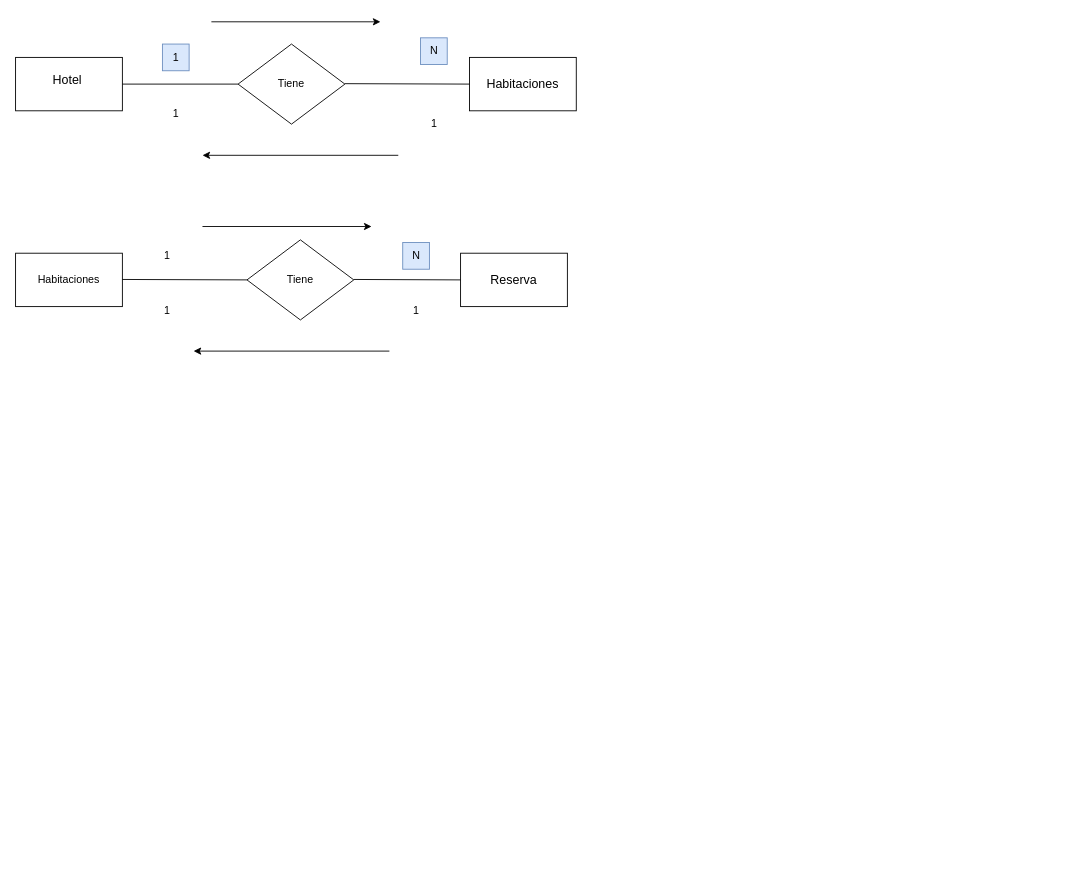
Before: page "Relaciones" (2 of 2) of hotel.drawio in Luuuciaa/Hotel-San-Remo, a draw.io diagram. Source tidied: cells renumbered, new cells numbered last; positions are measured from the earlier drawing's top-left corner, leaving out a move shared by most shapes. Both pictures are drawn from the tidied source at 89%, with x=0, y=0 at pixel (15, 21).
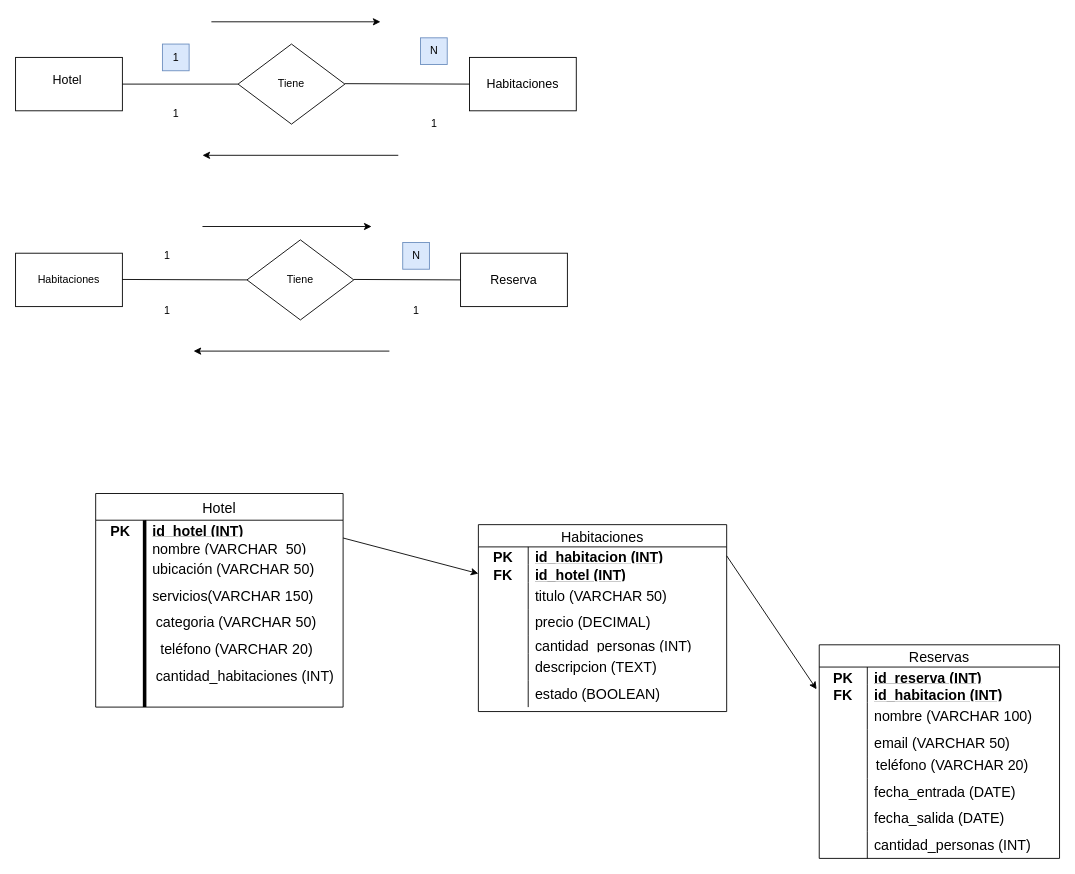
The same diagram, later.

Change to the diagram source:
```diff
@@
+    <mxCell id="25" value="Hotel" style="shape=table;startSize=30;childLayout=tableLayout;rowLines=0;fontStyle=0;strokeColor=default;fontSize=16;" parent="1" vertex="1">
+      <mxGeometry x="90" y="530" width="278" height="240" as="geometry" />
+    </mxCell>
+    <mxCell id="26" style="shape=tableRow;horizontal=0;startSize=0;swimlaneHead=0;swimlaneBody=0;top=0;left=0;bottom=0;right=0;fillColor=none;strokeColor=inherit;fontSize=16;" parent="25" vertex="1">
+      <mxGeometry y="30" width="278" height="20" as="geometry" />
+    </mxCell>
+    <mxCell id="27" value="&lt;b&gt;PK&lt;/b&gt;" style="shape=partialRectangle;html=1;whiteSpace=wrap;fillColor=none;top=0;left=0;bottom=0;right=0;overflow=hidden;strokeColor=inherit;fontSize=16;" parent="26" vertex="1">
+      <mxGeometry width="56" height="20" as="geometry" />
+    </mxCell>
+    <mxCell id="28" value="&lt;u&gt;&lt;b&gt;id_hotel (INT)&lt;/b&gt;&lt;/u&gt;" style="shape=partialRectangle;html=1;whiteSpace=wrap;fillColor=none;top=0;left=0;bottom=0;right=0;align=left;spacingLeft=6;overflow=hidden;strokeColor=inherit;fontSize=16;" parent="26" vertex="1">
+      <mxGeometry x="56" width="222" height="20" as="geometry" />
+    </mxCell>
+    <mxCell id="29" style="shape=tableRow;horizontal=0;startSize=0;swimlaneHead=0;swimlaneBody=0;top=0;left=0;bottom=0;right=0;fillColor=none;strokeColor=inherit;fontSize=16;" parent="25" vertex="1">
+      <mxGeometry y="50" width="278" height="20" as="geometry" />
+    </mxCell>
+    <mxCell id="30" style="shape=partialRectangle;html=1;whiteSpace=wrap;fillColor=none;top=0;left=0;bottom=0;right=0;overflow=hidden;strokeColor=inherit;fontSize=16;" parent="29" vertex="1">
+      <mxGeometry width="56" height="20" as="geometry" />
+    </mxCell>
+    <mxCell id="31" value="nombre (VARCHAR&amp;nbsp; 50)" style="shape=partialRectangle;html=1;whiteSpace=wrap;fillColor=none;top=0;left=0;bottom=0;right=0;align=left;spacingLeft=6;overflow=hidden;strokeColor=inherit;fontSize=16;" parent="29" vertex="1">
+      <mxGeometry x="56" width="222" height="20" as="geometry" />
+    </mxCell>
+    <mxCell id="32" style="shape=tableRow;horizontal=0;startSize=0;swimlaneHead=0;swimlaneBody=0;top=0;left=0;bottom=0;right=0;fillColor=none;strokeColor=inherit;fontSize=16;" parent="25" vertex="1">
+      <mxGeometry y="70" width="278" height="30" as="geometry" />
+    </mxCell>
+    <mxCell id="33" style="shape=partialRectangle;html=1;whiteSpace=wrap;fillColor=none;top=0;left=0;bottom=0;right=0;overflow=hidden;strokeColor=inherit;fontSize=16;" parent="32" vertex="1">
+      <mxGeometry width="56" height="30" as="geometry" />
+    </mxCell>
+    <mxCell id="34" value="ubicación (VARCHAR 50)" style="shape=partialRectangle;html=1;whiteSpace=wrap;fillColor=none;top=0;left=0;bottom=0;right=0;align=left;spacingLeft=6;overflow=hidden;strokeColor=inherit;fontSize=16;" parent="32" vertex="1">
+      <mxGeometry x="56" width="222" height="30" as="geometry" />
+    </mxCell>
+    <mxCell id="35" style="shape=tableRow;horizontal=0;startSize=0;swimlaneHead=0;swimlaneBody=0;top=0;left=0;bottom=0;right=0;fillColor=none;strokeColor=inherit;fontSize=16;" parent="25" vertex="1">
+      <mxGeometry y="100" width="278" height="30" as="geometry" />
+    </mxCell>
+    <mxCell id="36" style="shape=partialRectangle;html=1;whiteSpace=wrap;fillColor=none;top=0;left=0;bottom=0;right=0;overflow=hidden;strokeColor=inherit;fontSize=16;" parent="35" vertex="1">
+      <mxGeometry width="56" height="30" as="geometry" />
+    </mxCell>
+    <mxCell id="37" value="servicios(VARCHAR 150)" style="shape=partialRectangle;html=1;whiteSpace=wrap;fillColor=none;top=0;left=0;bottom=0;right=0;align=left;spacingLeft=6;overflow=hidden;strokeColor=inherit;fontSize=16;" parent="35" vertex="1">
+      <mxGeometry x="56" width="222" height="30" as="geometry" />
+    </mxCell>
+    <mxCell id="38" value="categoria (VARCHAR 50)" style="shape=partialRectangle;html=1;whiteSpace=wrap;fillColor=none;top=0;left=0;bottom=0;right=0;align=left;spacingLeft=6;overflow=hidden;strokeColor=inherit;fontSize=16;" parent="1" vertex="1">
+      <mxGeometry x="150" y="660" width="192" height="30" as="geometry" />
+    </mxCell>
+    <mxCell id="39" value="teléfono (VARCHAR 20)" style="shape=partialRectangle;html=1;whiteSpace=wrap;fillColor=none;top=0;left=0;bottom=0;right=0;align=left;spacingLeft=6;overflow=hidden;strokeColor=inherit;fontSize=16;" parent="1" vertex="1">
+      <mxGeometry x="155" y="690" width="192" height="30" as="geometry" />
+    </mxCell>
+    <mxCell id="40" value="cantidad_habitaciones (INT)" style="shape=partialRectangle;html=1;whiteSpace=wrap;fillColor=none;top=0;left=0;bottom=0;right=0;align=left;spacingLeft=6;overflow=hidden;strokeColor=inherit;fontSize=16;" parent="1" vertex="1">
+      <mxGeometry x="150" y="720" width="230" height="30" as="geometry" />
+    </mxCell>
+    <mxCell id="41" style="line;strokeWidth=4;html=1;perimeter=backbonePerimeter;rotation=-90;" parent="1" vertex="1">
+      <mxGeometry x="40" y="660" width="210" height="10" as="geometry" />
+    </mxCell>
+    <mxCell id="42" style="endArrow=classic;html=1;entryX=0;entryY=0.5;entryDx=0;entryDy=0;" parent="1" edge="1" target="47">
+      <mxGeometry relative="1" as="geometry">
+        <mxPoint x="368" y="580" as="sourcePoint" />
+      </mxGeometry>
+    </mxCell>
+    <mxCell id="43" value="Habitaciones" style="shape=table;startSize=25;childLayout=tableLayout;rowLines=0;fontStyle=0;strokeColor=default;fontSize=16;" parent="1" vertex="1">
+      <mxGeometry x="520" y="565" width="279" height="210" as="geometry" />
+    </mxCell>
+    <mxCell id="44" style="shape=tableRow;horizontal=0;startSize=0;swimlaneHead=0;swimlaneBody=0;top=0;left=0;bottom=0;right=0;fillColor=none;points=[[0,0.5],[1,0.5]];portConstraint=eastwest;strokeColor=inherit;fontSize=16;" parent="43" vertex="1">
+      <mxGeometry y="25" width="279" height="20" as="geometry" />
+    </mxCell>
+    <mxCell id="45" value="&lt;b&gt;PK&lt;/b&gt;" style="shape=partialRectangle;html=1;whiteSpace=wrap;fillColor=none;top=0;left=0;bottom=0;right=0;overflow=hidden;strokeColor=inherit;fontSize=16;" parent="44" vertex="1">
+      <mxGeometry width="56" height="20" as="geometry" />
+    </mxCell>
+    <mxCell id="46" value="&lt;u&gt;&lt;b&gt;id_habitacion (INT)&lt;/b&gt;&lt;/u&gt;" style="shape=partialRectangle;html=1;whiteSpace=wrap;fillColor=none;top=0;left=0;bottom=0;right=0;align=left;spacingLeft=6;overflow=hidden;strokeColor=inherit;fontSize=16;" parent="44" vertex="1">
+      <mxGeometry x="56" width="223" height="20" as="geometry" />
+    </mxCell>
+    <mxCell id="47" style="shape=tableRow;horizontal=0;startSize=0;swimlaneHead=0;swimlaneBody=0;top=0;left=0;bottom=0;right=0;fillColor=none;points=[[0,0.5],[1,0.5]];portConstraint=eastwest;strokeColor=inherit;fontSize=16;" parent="43" vertex="1">
+      <mxGeometry y="45" width="279" height="20" as="geometry" />
+    </mxCell>
+    <mxCell id="48" value="&lt;b&gt;FK&lt;/b&gt;" style="shape=partialRectangle;html=1;whiteSpace=wrap;fillColor=none;top=0;left=0;bottom=0;right=0;overflow=hidden;strokeColor=inherit;fontSize=16;" parent="47" vertex="1">
+      <mxGeometry width="56" height="20" as="geometry" />
+    </mxCell>
+    <mxCell id="49" value="&lt;b&gt;&lt;u&gt;id_hotel (INT)&lt;/u&gt;&lt;/b&gt;" style="shape=partialRectangle;html=1;whiteSpace=wrap;fillColor=none;top=0;left=0;bottom=0;right=0;align=left;spacingLeft=6;overflow=hidden;strokeColor=inherit;fontSize=16;" parent="47" vertex="1">
+      <mxGeometry x="56" width="223" height="20" as="geometry" />
+    </mxCell>
+    <mxCell id="50" style="shape=tableRow;horizontal=0;startSize=0;swimlaneHead=0;swimlaneBody=0;top=0;left=0;bottom=0;right=0;fillColor=none;strokeColor=inherit;fontSize=16;" parent="43" vertex="1">
+      <mxGeometry y="65" width="279" height="30" as="geometry" />
+    </mxCell>
+    <mxCell id="51" style="shape=partialRectangle;html=1;whiteSpace=wrap;fillColor=none;top=0;left=0;bottom=0;right=0;overflow=hidden;strokeColor=inherit;fontSize=16;" parent="50" vertex="1">
+      <mxGeometry width="56" height="30" as="geometry" />
+    </mxCell>
+    <mxCell id="52" value="titulo (VARCHAR 50)" style="shape=partialRectangle;html=1;whiteSpace=wrap;fillColor=none;top=0;left=0;bottom=0;right=0;align=left;spacingLeft=6;overflow=hidden;strokeColor=inherit;fontSize=16;" parent="50" vertex="1">
+      <mxGeometry x="56" width="223" height="30" as="geometry" />
+    </mxCell>
+    <mxCell id="53" style="shape=tableRow;horizontal=0;startSize=0;swimlaneHead=0;swimlaneBody=0;top=0;left=0;bottom=0;right=0;fillColor=none;strokeColor=inherit;fontSize=16;" parent="43" vertex="1">
+      <mxGeometry y="95" width="279" height="30" as="geometry" />
+    </mxCell>
+    <mxCell id="54" style="shape=partialRectangle;html=1;whiteSpace=wrap;fillColor=none;top=0;left=0;bottom=0;right=0;overflow=hidden;strokeColor=inherit;fontSize=16;" parent="53" vertex="1">
+      <mxGeometry width="56" height="30" as="geometry" />
+    </mxCell>
+    <mxCell id="55" value="precio (DECIMAL)" style="shape=partialRectangle;html=1;whiteSpace=wrap;fillColor=none;top=0;left=0;bottom=0;right=0;align=left;spacingLeft=6;overflow=hidden;strokeColor=inherit;fontSize=16;" parent="53" vertex="1">
+      <mxGeometry x="56" width="223" height="30" as="geometry" />
+    </mxCell>
+    <mxCell id="56" style="shape=tableRow;horizontal=0;startSize=0;swimlaneHead=0;swimlaneBody=0;top=0;left=0;bottom=0;right=0;fillColor=none;strokeColor=inherit;fontSize=16;" parent="43" vertex="1">
+      <mxGeometry y="125" width="279" height="20" as="geometry" />
+    </mxCell>
+    <mxCell id="57" style="shape=partialRectangle;html=1;whiteSpace=wrap;fillColor=none;top=0;left=0;bottom=0;right=0;overflow=hidden;strokeColor=inherit;fontSize=16;" parent="56" vertex="1">
+      <mxGeometry width="56" height="20" as="geometry" />
+    </mxCell>
+    <mxCell id="58" value="cantidad_personas (INT)" style="shape=partialRectangle;html=1;whiteSpace=wrap;fillColor=none;top=0;left=0;bottom=0;right=0;align=left;spacingLeft=6;overflow=hidden;strokeColor=inherit;fontSize=16;" parent="56" vertex="1">
+      <mxGeometry x="56" width="223" height="20" as="geometry" />
+    </mxCell>
+    <mxCell id="59" style="shape=tableRow;horizontal=0;startSize=0;swimlaneHead=0;swimlaneBody=0;top=0;left=0;bottom=0;right=0;fillColor=none;strokeColor=inherit;fontSize=16;" parent="43" vertex="1">
+      <mxGeometry y="145" width="279" height="30" as="geometry" />
+    </mxCell>
+    <mxCell id="60" style="shape=partialRectangle;html=1;whiteSpace=wrap;fillColor=none;top=0;left=0;bottom=0;right=0;overflow=hidden;strokeColor=inherit;fontSize=16;" parent="59" vertex="1">
+      <mxGeometry width="56" height="30" as="geometry" />
+    </mxCell>
+    <mxCell id="61" value="descripcion (TEXT)" style="shape=partialRectangle;html=1;whiteSpace=wrap;fillColor=none;top=0;left=0;bottom=0;right=0;align=left;spacingLeft=6;overflow=hidden;strokeColor=inherit;fontSize=16;" parent="59" vertex="1">
+      <mxGeometry x="56" width="223" height="30" as="geometry" />
+    </mxCell>
+    <mxCell id="62" style="shape=tableRow;horizontal=0;startSize=0;swimlaneHead=0;swimlaneBody=0;top=0;left=0;bottom=0;right=0;fillColor=none;strokeColor=inherit;fontSize=16;" parent="43" vertex="1">
+      <mxGeometry y="175" width="279" height="30" as="geometry" />
+    </mxCell>
+    <mxCell id="63" style="shape=partialRectangle;html=1;whiteSpace=wrap;fillColor=none;top=0;left=0;bottom=0;right=0;overflow=hidden;strokeColor=inherit;fontSize=16;" parent="62" vertex="1">
+      <mxGeometry width="56" height="30" as="geometry" />
+    </mxCell>
+    <mxCell id="64" value="estado (BOOLEAN)" style="shape=partialRectangle;html=1;whiteSpace=wrap;fillColor=none;top=0;left=0;bottom=0;right=0;align=left;spacingLeft=6;overflow=hidden;strokeColor=inherit;fontSize=16;" parent="62" vertex="1">
+      <mxGeometry x="56" width="223" height="30" as="geometry" />
+    </mxCell>
+    <mxCell id="65" value="Reservas" style="shape=table;startSize=25;childLayout=tableLayout;rowLines=0;fontStyle=0;strokeColor=default;fontSize=16;" parent="1" vertex="1">
+      <mxGeometry x="903" y="700" width="270" height="240" as="geometry" />
+    </mxCell>
+    <mxCell id="66" style="shape=tableRow;horizontal=0;startSize=0;swimlaneHead=0;swimlaneBody=0;top=0;left=0;bottom=0;right=0;fillColor=none;strokeColor=inherit;fontSize=16;" parent="65" vertex="1">
+      <mxGeometry y="25" width="270" height="20" as="geometry" />
+    </mxCell>
+    <mxCell id="67" value="&lt;b&gt;PK&lt;/b&gt;" style="shape=partialRectangle;html=1;whiteSpace=wrap;fillColor=none;top=0;left=0;bottom=0;right=0;overflow=hidden;strokeColor=inherit;fontSize=16;" parent="66" vertex="1">
+      <mxGeometry width="54" height="20" as="geometry" />
+    </mxCell>
+    <mxCell id="68" value="&lt;b&gt;&lt;u&gt;id_reserva (INT)&lt;/u&gt;&lt;/b&gt;" style="shape=partialRectangle;html=1;whiteSpace=wrap;fillColor=none;top=0;left=0;bottom=0;right=0;align=left;spacingLeft=6;overflow=hidden;strokeColor=inherit;fontSize=16;" parent="66" vertex="1">
+      <mxGeometry x="54" width="216" height="20" as="geometry" />
+    </mxCell>
+    <mxCell id="69" style="shape=tableRow;horizontal=0;startSize=0;swimlaneHead=0;swimlaneBody=0;top=0;left=0;bottom=0;right=0;fillColor=none;strokeColor=inherit;fontSize=16;" parent="65" vertex="1">
+      <mxGeometry y="45" width="270" height="20" as="geometry" />
+    </mxCell>
+    <mxCell id="70" value="&lt;b&gt;FK&lt;/b&gt;" style="shape=partialRectangle;html=1;whiteSpace=wrap;fillColor=none;top=0;left=0;bottom=0;right=0;overflow=hidden;strokeColor=inherit;fontSize=16;" parent="69" vertex="1">
+      <mxGeometry width="54" height="20" as="geometry" />
+    </mxCell>
+    <mxCell id="71" value="&lt;b&gt;&lt;u&gt;id_habitacion (INT)&lt;/u&gt;&lt;/b&gt;" style="shape=partialRectangle;html=1;whiteSpace=wrap;fillColor=none;top=0;left=0;bottom=0;right=0;align=left;spacingLeft=6;overflow=hidden;strokeColor=inherit;fontSize=16;" parent="69" vertex="1">
+      <mxGeometry x="54" width="216" height="20" as="geometry" />
+    </mxCell>
+    <mxCell id="72" style="shape=tableRow;horizontal=0;startSize=0;swimlaneHead=0;swimlaneBody=0;top=0;left=0;bottom=0;right=0;fillColor=none;strokeColor=inherit;fontSize=16;" parent="65" vertex="1">
+      <mxGeometry y="65" width="270" height="30" as="geometry" />
+    </mxCell>
+    <mxCell id="73" style="shape=partialRectangle;html=1;whiteSpace=wrap;fillColor=none;top=0;left=0;bottom=0;right=0;overflow=hidden;strokeColor=inherit;fontSize=16;" parent="72" vertex="1">
+      <mxGeometry width="54" height="30" as="geometry" />
+    </mxCell>
+    <mxCell id="74" value="nombre (VARCHAR 100)" style="shape=partialRectangle;html=1;whiteSpace=wrap;fillColor=none;top=0;left=0;bottom=0;right=0;align=left;spacingLeft=6;overflow=hidden;strokeColor=inherit;fontSize=16;" parent="72" vertex="1">
+      <mxGeometry x="54" width="216" height="30" as="geometry" />
+    </mxCell>
+    <mxCell id="75" style="shape=tableRow;horizontal=0;startSize=0;swimlaneHead=0;swimlaneBody=0;top=0;left=0;bottom=0;right=0;fillColor=none;strokeColor=inherit;fontSize=16;" parent="65" vertex="1">
+      <mxGeometry y="95" width="270" height="30" as="geometry" />
+    </mxCell>
+    <mxCell id="76" style="shape=partialRectangle;html=1;whiteSpace=wrap;fillColor=none;top=0;left=0;bottom=0;right=0;overflow=hidden;strokeColor=inherit;fontSize=16;" parent="75" vertex="1">
+      <mxGeometry width="54" height="30" as="geometry" />
+    </mxCell>
+    <mxCell id="77" value="email (VARCHAR 50)" style="shape=partialRectangle;html=1;whiteSpace=wrap;fillColor=none;top=0;left=0;bottom=0;right=0;align=left;spacingLeft=6;overflow=hidden;strokeColor=inherit;fontSize=16;" parent="75" vertex="1">
+      <mxGeometry x="54" width="216" height="30" as="geometry" />
+    </mxCell>
+    <mxCell id="78" style="shape=tableRow;horizontal=0;startSize=0;swimlaneHead=0;swimlaneBody=0;top=0;left=0;bottom=0;right=0;fillColor=none;strokeColor=inherit;fontSize=16;" parent="65" vertex="1">
+      <mxGeometry y="125" width="270" height="25" as="geometry" />
+    </mxCell>
+    <mxCell id="79" style="shape=partialRectangle;html=1;whiteSpace=wrap;fillColor=none;top=0;left=0;bottom=0;right=0;overflow=hidden;strokeColor=inherit;fontSize=16;" parent="78" vertex="1">
+      <mxGeometry width="54" height="25" as="geometry" />
+    </mxCell>
+    <mxCell id="80" style="shape=partialRectangle;html=1;whiteSpace=wrap;fillColor=none;top=0;left=0;bottom=0;right=0;align=left;spacingLeft=6;overflow=hidden;strokeColor=inherit;fontSize=16;" parent="78" vertex="1">
+      <mxGeometry x="54" width="216" height="25" as="geometry" />
+    </mxCell>
+    <mxCell id="81" style="shape=tableRow;horizontal=0;startSize=0;swimlaneHead=0;swimlaneBody=0;top=0;left=0;bottom=0;right=0;fillColor=none;strokeColor=inherit;fontSize=16;" parent="65" vertex="1">
+      <mxGeometry y="150" width="270" height="30" as="geometry" />
+    </mxCell>
+    <mxCell id="82" style="shape=partialRectangle;html=1;whiteSpace=wrap;fillColor=none;top=0;left=0;bottom=0;right=0;overflow=hidden;strokeColor=inherit;fontSize=16;" parent="81" vertex="1">
+      <mxGeometry width="54" height="30" as="geometry" />
+    </mxCell>
+    <mxCell id="83" value="fecha_entrada (DATE)" style="shape=partialRectangle;html=1;whiteSpace=wrap;fillColor=none;top=0;left=0;bottom=0;right=0;align=left;spacingLeft=6;overflow=hidden;strokeColor=inherit;fontSize=16;" parent="81" vertex="1">
+      <mxGeometry x="54" width="216" height="30" as="geometry" />
+    </mxCell>
+    <mxCell id="84" style="shape=tableRow;horizontal=0;startSize=0;swimlaneHead=0;swimlaneBody=0;top=0;left=0;bottom=0;right=0;fillColor=none;strokeColor=inherit;fontSize=16;" parent="65" vertex="1">
+      <mxGeometry y="180" width="270" height="30" as="geometry" />
+    </mxCell>
+    <mxCell id="85" style="shape=partialRectangle;html=1;whiteSpace=wrap;fillColor=none;top=0;left=0;bottom=0;right=0;overflow=hidden;strokeColor=inherit;fontSize=16;" parent="84" vertex="1">
+      <mxGeometry width="54" height="30" as="geometry" />
+    </mxCell>
+    <mxCell id="86" value="fecha_salida (DATE)" style="shape=partialRectangle;html=1;whiteSpace=wrap;fillColor=none;top=0;left=0;bottom=0;right=0;align=left;spacingLeft=6;overflow=hidden;strokeColor=inherit;fontSize=16;" parent="84" vertex="1">
+      <mxGeometry x="54" width="216" height="30" as="geometry" />
+    </mxCell>
+    <mxCell id="87" style="shape=tableRow;horizontal=0;startSize=0;swimlaneHead=0;swimlaneBody=0;top=0;left=0;bottom=0;right=0;fillColor=none;strokeColor=inherit;fontSize=16;" parent="65" vertex="1">
+      <mxGeometry y="210" width="270" height="30" as="geometry" />
+    </mxCell>
+    <mxCell id="88" style="shape=partialRectangle;html=1;whiteSpace=wrap;fillColor=none;top=0;left=0;bottom=0;right=0;overflow=hidden;strokeColor=inherit;fontSize=16;" parent="87" vertex="1">
+      <mxGeometry width="54" height="30" as="geometry" />
+    </mxCell>
+    <mxCell id="89" value="cantidad_personas (INT)" style="shape=partialRectangle;html=1;whiteSpace=wrap;fillColor=none;top=0;left=0;bottom=0;right=0;align=left;spacingLeft=6;overflow=hidden;strokeColor=inherit;fontSize=16;" parent="87" vertex="1">
+      <mxGeometry x="54" width="216" height="30" as="geometry" />
+    </mxCell>
+    <mxCell id="90" value="teléfono (VARCHAR 20)" style="shape=partialRectangle;html=1;whiteSpace=wrap;fillColor=none;top=0;left=0;bottom=0;right=0;align=left;spacingLeft=6;overflow=hidden;strokeColor=inherit;fontSize=16;" parent="1" vertex="1">
+      <mxGeometry x="959" y="820" width="192" height="30" as="geometry" />
+    </mxCell>
+    <mxCell id="91" style="endArrow=classic;html=1;exitX=1;exitY=0.5;exitDx=0;exitDy=0;" parent="1" edge="1" source="44">
+      <mxGeometry relative="1" as="geometry">
+        <mxPoint x="900" y="750" as="targetPoint" />
+      </mxGeometry>
+    </mxCell>
```
